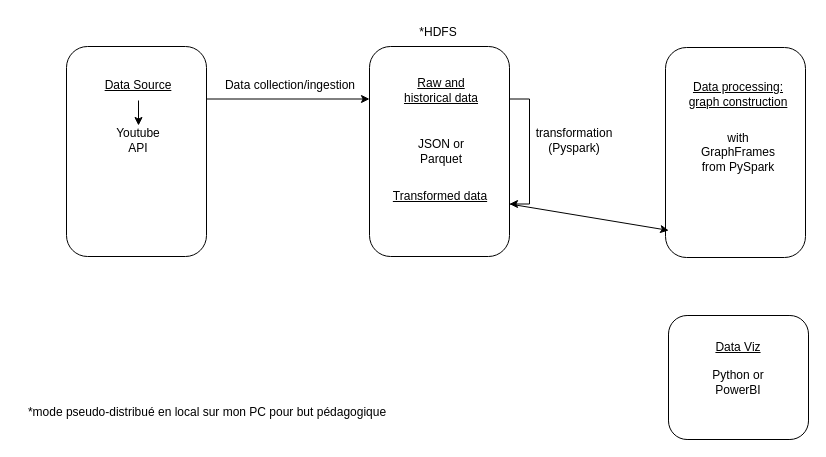
Before: diagramme_projet_v1.drawio in WheelsAndScripts/mapping-ytb-influencer-networks, a draw.io diagram. Source tidied: cells renumbered, new cells numbered last; positions are measured from the earlier drawing's top-left corner, leaving out a move shared by most shapes. Both pictures are drawn from the tidied source at 100%, with x=0, y=0 at pixel (17, 17).
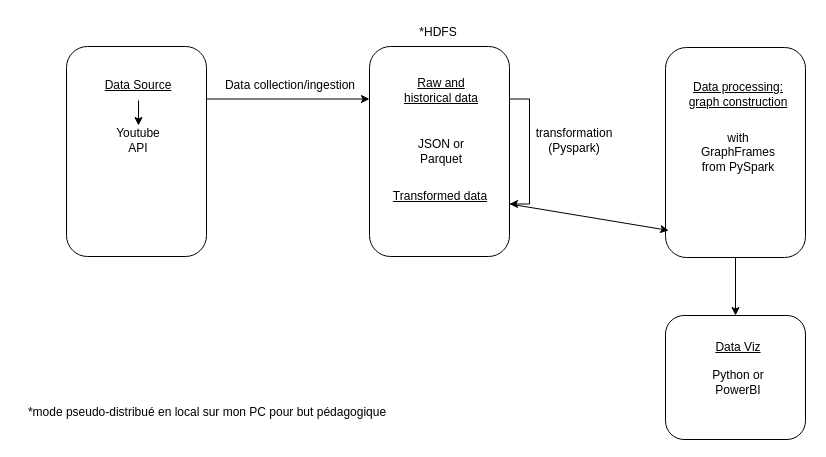
The same page after the edit.

Commit message:
Mettre à jour diagramme_projet_v1.drawio

Unchanged cells that the change refers to:
```xml
<mxCell id="13" style="rounded=1;whiteSpace=wrap;html=1;rotation=90;" parent="1" vertex="1">
  <mxGeometry x="613" y="65" width="210" height="140" as="geometry" />
</mxCell>
```

What changed in the source:
```diff
@@
     <mxCell id="20" style="rounded=1;whiteSpace=wrap;html=1;rotation=90;" parent="1" vertex="1">
-      <mxGeometry x="659" y="290" width="124" height="140" as="geometry" />
+      <mxGeometry x="656" y="290" width="124" height="140" as="geometry" />
     </mxCell>
@@
+    <mxCell id="23" style="endArrow=classic;html=1;rounded=0;exitX=1;exitY=0.5;exitDx=0;exitDy=0;entryX=0;entryY=0.5;entryDx=0;entryDy=0;" parent="1" edge="1" source="13" target="20">
+      <mxGeometry relative="1" as="geometry" />
+    </mxCell>
```
